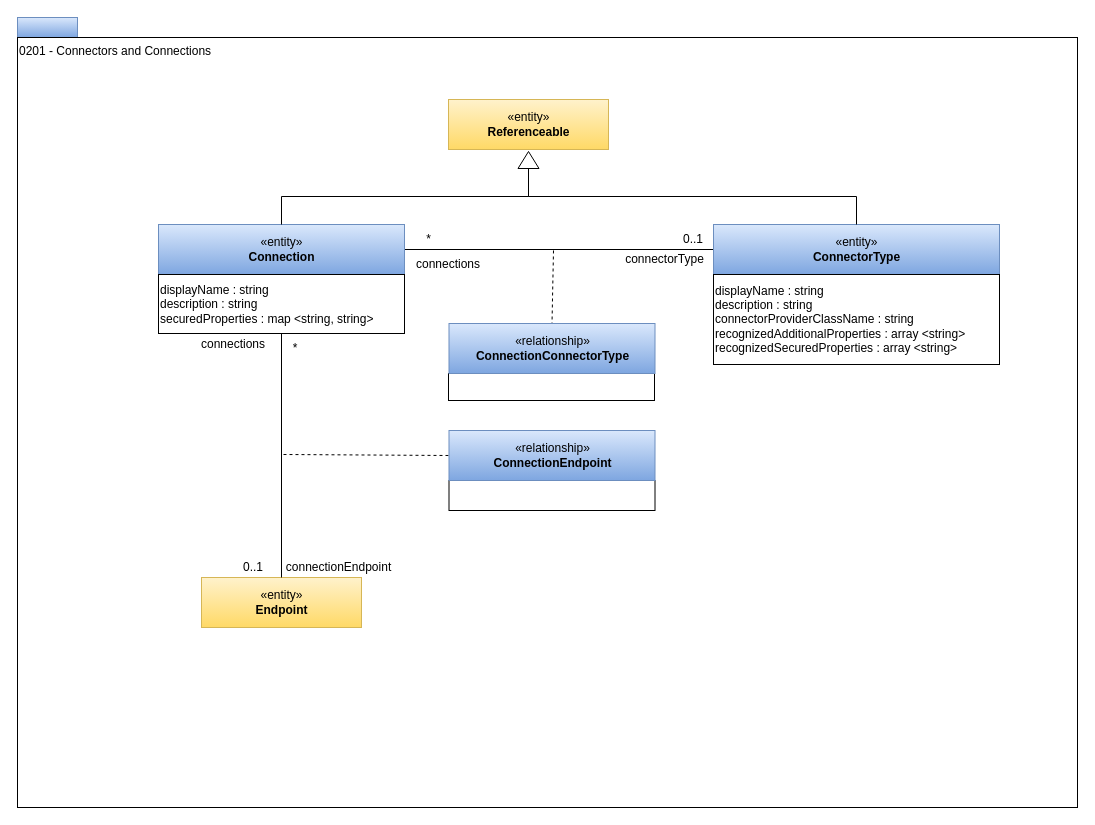
Earlier version of the draw.io diagram page "0201-Connectors-and-Connections" (2 of 9) of open-metadata-publication/website/open-metadata-types/area-2-assets.drawio (planetf1/egeria). Source tidied: cells renumbered, new cells numbered last; positions are measured from the earlier drawing's top-left corner, leaving out a move shared by most shapes. Both pictures are drawn from the tidied source at 100%, with x=0, y=0 at pixel (17, 17).
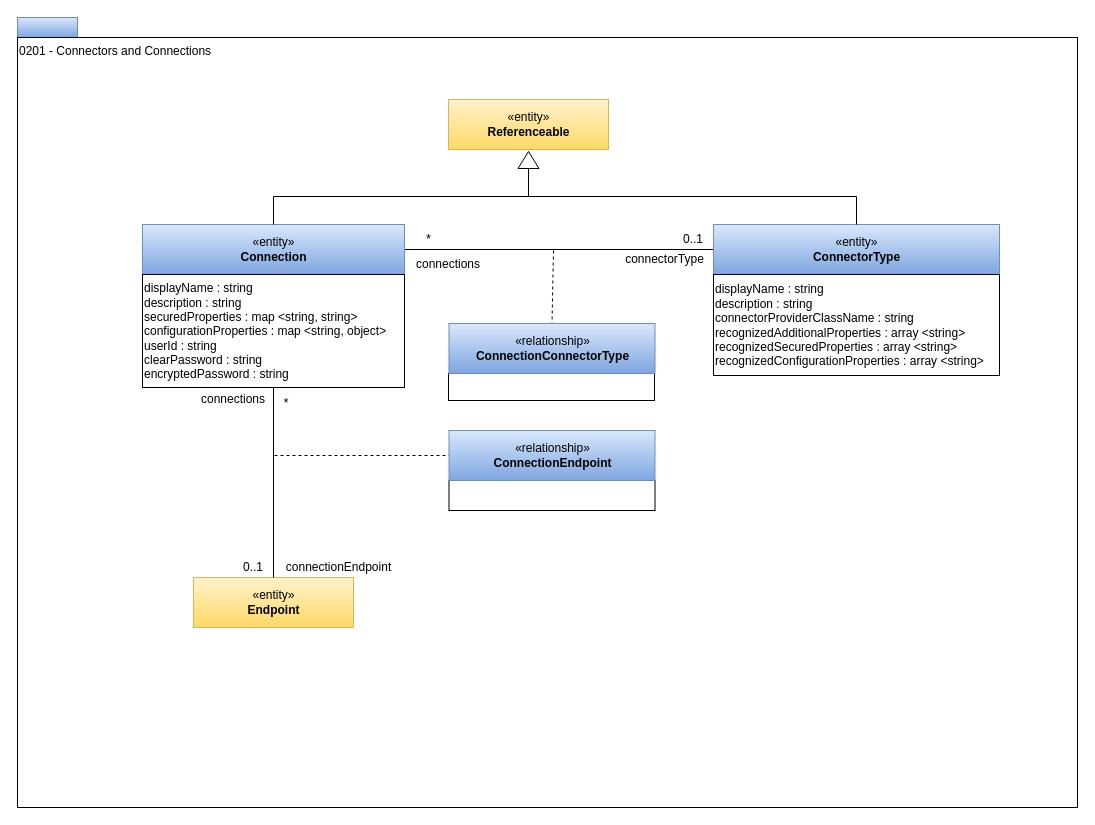
The same diagram, later.

Unchanged cells that the change refers to:
```xml
<mxCell id="25" value="«relationship»&lt;br&gt;&lt;b&gt;ConnectionEndpoint&lt;/b&gt;" style="html=1;strokeColor=#6c8ebf;align=center;fillColor=#dae8fc;gradientColor=#7ea6e0;" parent="1" vertex="1">
  <mxGeometry x="431.5" y="413" width="206" height="50" as="geometry" />
</mxCell>
```

What changed in the source:
```diff
@@
     <mxCell id="12" value="«entity»&lt;br&gt;&lt;b&gt;Connection&lt;/b&gt;" style="html=1;strokeColor=#6c8ebf;align=center;fillColor=#dae8fc;gradientColor=#7ea6e0;" parent="1" vertex="1">
-      <mxGeometry x="141" y="207" width="246" height="50" as="geometry" />
+      <mxGeometry x="125" y="207" width="262" height="50" as="geometry" />
     </mxCell>
@@
     <mxCell id="17" value="«entity»&lt;br&gt;&lt;b&gt;Endpoint&lt;/b&gt;" style="html=1;strokeColor=#d6b656;align=center;fillColor=#fff2cc;gradientColor=#ffd966;" parent="1" vertex="1">
-      <mxGeometry x="184" y="560" width="160" height="50" as="geometry" />
+      <mxGeometry x="176" y="560" width="160" height="50" as="geometry" />
     </mxCell>
@@
     <mxCell id="19" value="*" style="text;html=1;strokeColor=none;fillColor=none;align=center;verticalAlign=middle;whiteSpace=wrap;rounded=0;" parent="1" vertex="1">
-      <mxGeometry x="269" y="321" width="18" height="20" as="geometry" />
+      <mxGeometry x="260" y="376" width="18" height="20" as="geometry" />
     </mxCell>
     <mxCell id="20" value="connections" style="text;html=1;strokeColor=none;fillColor=none;align=center;verticalAlign=middle;whiteSpace=wrap;rounded=0;" parent="1" vertex="1">
-      <mxGeometry x="175.5" y="317" width="80" height="20" as="geometry" />
+      <mxGeometry x="175.5" y="372" width="80" height="20" as="geometry" />
     </mxCell>
@@
     <mxCell id="23" style="endArrow=none;dashed=1;html=1;entryX=0;entryY=0.5;" parent="1" edge="1" target="25">
       <mxGeometry relative="1" as="geometry">
-        <mxPoint x="266" y="437" as="sourcePoint" />
+        <mxPoint x="257" y="438" as="sourcePoint" />
       </mxGeometry>
     </mxCell>
@@
-    <mxCell id="26" value="displayName : string&lt;br&gt;description : string&lt;br&gt;securedProperties : map &amp;lt;string, string&amp;gt;&lt;br&gt;" style="rounded=0;whiteSpace=wrap;html=1;strokeColor=#000000;gradientColor=#ffffff;align=left;" parent="1" vertex="1">
-      <mxGeometry x="141" y="257" width="246" height="59" as="geometry" />
+    <mxCell id="26" value="displayName : string&lt;br&gt;description : string&lt;br&gt;securedProperties : map &amp;lt;string, string&amp;gt;&lt;br&gt;configurationProperties : map &amp;lt;string, object&amp;gt;&lt;br&gt;userId : string&lt;br&gt;clearPassword : string&lt;br&gt;encryptedPassword : string" style="rounded=0;whiteSpace=wrap;html=1;strokeColor=#000000;gradientColor=#ffffff;align=left;" parent="1" vertex="1">
+      <mxGeometry x="125" y="257" width="262" height="113" as="geometry" />
     </mxCell>
-    <mxCell id="27" value="displayName : string&lt;br&gt;description : string&lt;br&gt;connectorProviderClassName : string&lt;br&gt;recognizedAdditionalProperties : array &amp;lt;string&amp;gt;&lt;br&gt;recognizedSecuredProperties : array &amp;lt;string&amp;gt;&lt;br&gt;" style="rounded=0;whiteSpace=wrap;html=1;strokeColor=#000000;gradientColor=#ffffff;align=left;" parent="1" vertex="1">
-      <mxGeometry x="696" y="257" width="286" height="90" as="geometry" />
+    <mxCell id="27" value="displayName : string&lt;br&gt;description : string&lt;br&gt;connectorProviderClassName : string&lt;br&gt;recognizedAdditionalProperties : array &amp;lt;string&amp;gt;&lt;br&gt;recognizedSecuredProperties : array &amp;lt;string&amp;gt;&lt;br&gt;recognizedConfigurationProperties : array &amp;lt;string&amp;gt;" style="rounded=0;whiteSpace=wrap;html=1;strokeColor=#000000;gradientColor=#ffffff;align=left;" parent="1" vertex="1">
+      <mxGeometry x="696" y="257" width="286" height="101" as="geometry" />
     </mxCell>
```
